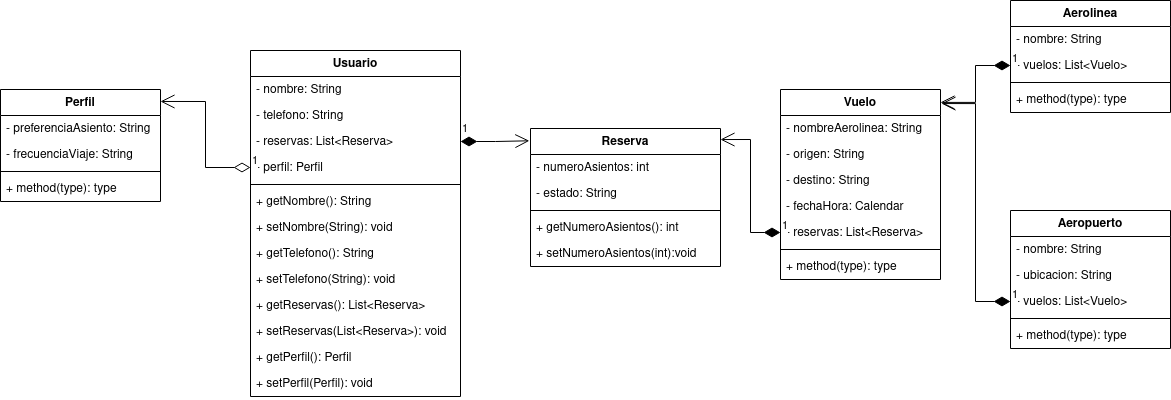
Before: ejercicio2/diagram/ejercicio2-maxi.png, a diagram exported from draw.io (mackstm/examen-ets). Source tidied: cells renumbered, new cells last; positions are measured from the earlier drawing's top-left corner, leaving out a move shared by most shapes.
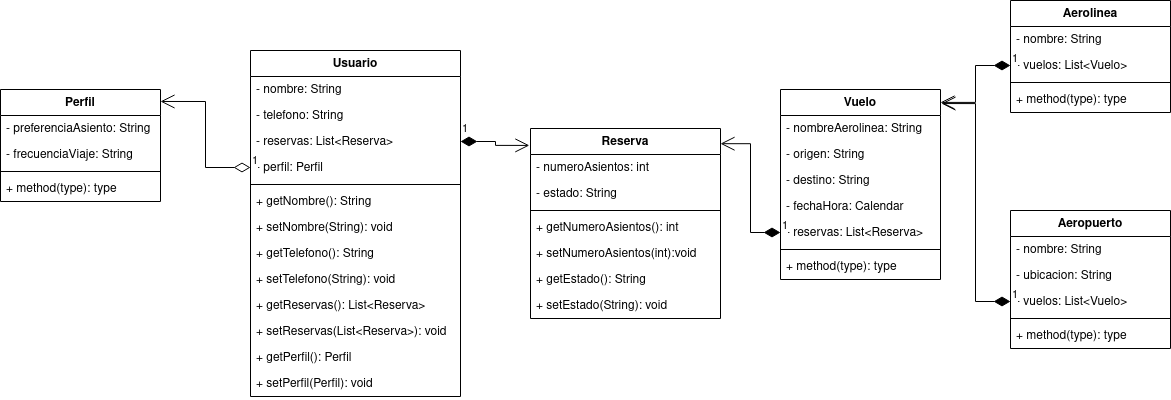
After the change.

Diff of the diagram source:
```diff
@@ -45,7 +45,7 @@
       <mxGeometry y="320" width="210" height="26" as="geometry" />
     </mxCell>
     <mxCell id="16" value="Reserva" style="swimlane;fontStyle=1;align=center;verticalAlign=top;horizontal=1;startSize=26;whiteSpace=wrap;html=1;" parent="1" vertex="1">
-      <mxGeometry x="530" y="128" width="190" height="138" as="geometry" />
+      <mxGeometry x="530" y="128" width="190" height="190" as="geometry" />
     </mxCell>
     <mxCell id="17" value="- numeroAsientos: int" style="text;strokeColor=none;fillColor=none;align=left;verticalAlign=top;spacingLeft=4;spacingRight=4;overflow=hidden;whiteSpace=wrap;html=1;" parent="16" vertex="1">
       <mxGeometry y="26" width="190" height="26" as="geometry" />
@@ -59,8 +59,14 @@
     <mxCell id="20" value="+ getNumeroAsientos(): int" style="text;strokeColor=none;fillColor=none;align=left;verticalAlign=top;spacingLeft=4;spacingRight=4;overflow=hidden;whiteSpace=wrap;html=1;" parent="16" vertex="1">
       <mxGeometry y="86" width="190" height="26" as="geometry" />
     </mxCell>
+    <mxCell id="51" value="+ setNumeroAsientos(int):void" style="text;strokeColor=none;fillColor=none;align=left;verticalAlign=top;spacingLeft=4;spacingRight=4;overflow=hidden;whiteSpace=wrap;html=1;" parent="16" vertex="1">
+      <mxGeometry y="112" width="190" height="26" as="geometry" />
+    </mxCell>
+    <mxCell id="52" value="+ getEstado(): String" style="text;strokeColor=none;fillColor=none;align=left;verticalAlign=top;spacingLeft=4;spacingRight=4;overflow=hidden;whiteSpace=wrap;html=1;" parent="16" vertex="1">
+      <mxGeometry y="138" width="190" height="26" as="geometry" />
+    </mxCell>
-    <mxCell id="21" value="+ setNumeroAsientos(int):void" style="text;strokeColor=none;fillColor=none;align=left;verticalAlign=top;spacingLeft=4;spacingRight=4;overflow=hidden;whiteSpace=wrap;html=1;" parent="16" vertex="1">
-      <mxGeometry y="112" width="190" height="26" as="geometry" />
+    <mxCell id="21" value="+ setEstado(String): void" style="text;strokeColor=none;fillColor=none;align=left;verticalAlign=top;spacingLeft=4;spacingRight=4;overflow=hidden;whiteSpace=wrap;html=1;" parent="16" vertex="1">
+      <mxGeometry y="164" width="190" height="26" as="geometry" />
     </mxCell>
     <mxCell id="22" value="Vuelo" style="swimlane;fontStyle=1;align=center;verticalAlign=top;horizontal=1;startSize=26;whiteSpace=wrap;html=1;" parent="1" vertex="1">
       <mxGeometry x="780" y="89" width="160" height="190" as="geometry" />
```
